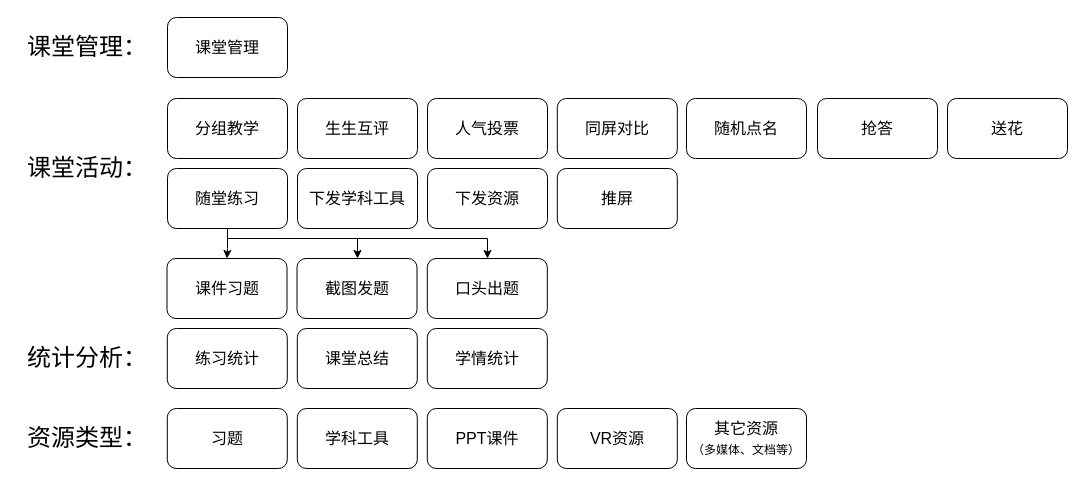
This is page "功能结构" (1 of 6) of K12-智慧教室.drawio from TinlerLin/SmartClassroom, a draw.io file, before an edit. Source tidied: cells renumbered, new cells numbered last; positions are measured from the earlier drawing's top-left corner, leaving out a move shared by most shapes. Both pictures are drawn from the tidied source at 100%, with x=0, y=0 at pixel (17, 17).
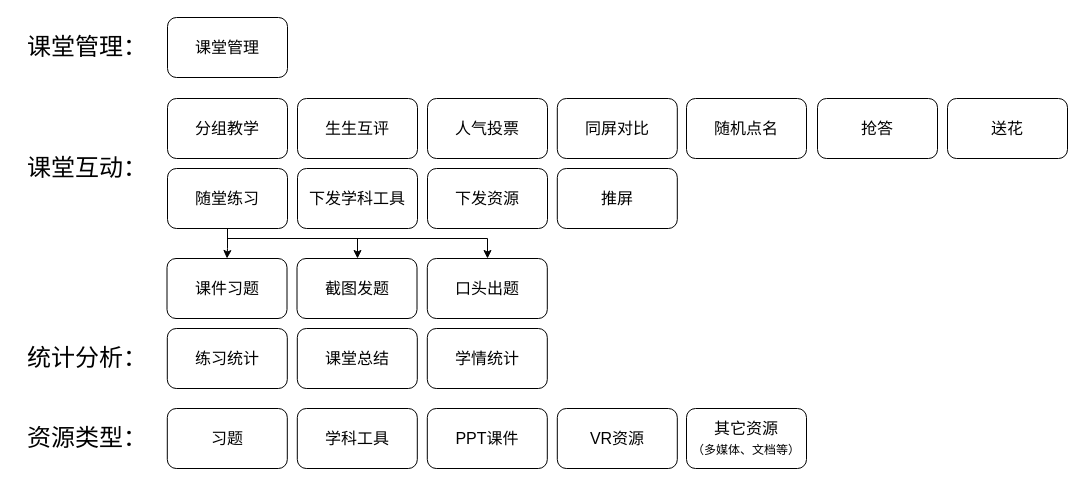
After the change.

Change to the diagram source:
```diff
@@
-    <mxCell id="17" value="课堂活动：" style="text;html=1;strokeColor=none;fillColor=none;align=center;verticalAlign=middle;whiteSpace=wrap;rounded=0;fontSize=24;" parent="1" vertex="1">
+    <mxCell id="17" value="课堂互动：" style="text;html=1;strokeColor=none;fillColor=none;align=center;verticalAlign=middle;whiteSpace=wrap;rounded=0;fontSize=24;" parent="1" vertex="1">
       <mxGeometry x="0.2" y="141" width="140" height="20" as="geometry" />
     </mxCell>
```
